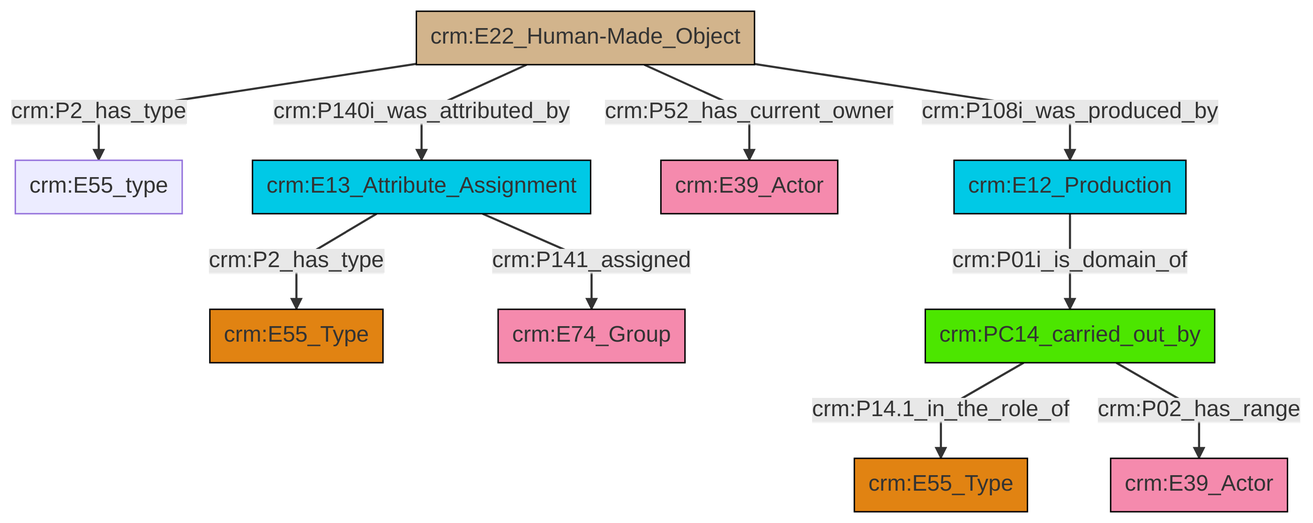
swiss-art-research-net/reference-data-models keeps this Mermaid diagram as et/builtWorkCSV/ttl/mmd/png/Built_Work_actor_relations.png. Above is the earlier version. Its source is kept beside it as et/builtWorkCSV/ttl/mmd/Built_Work_actor_relations.ttl.mmd.
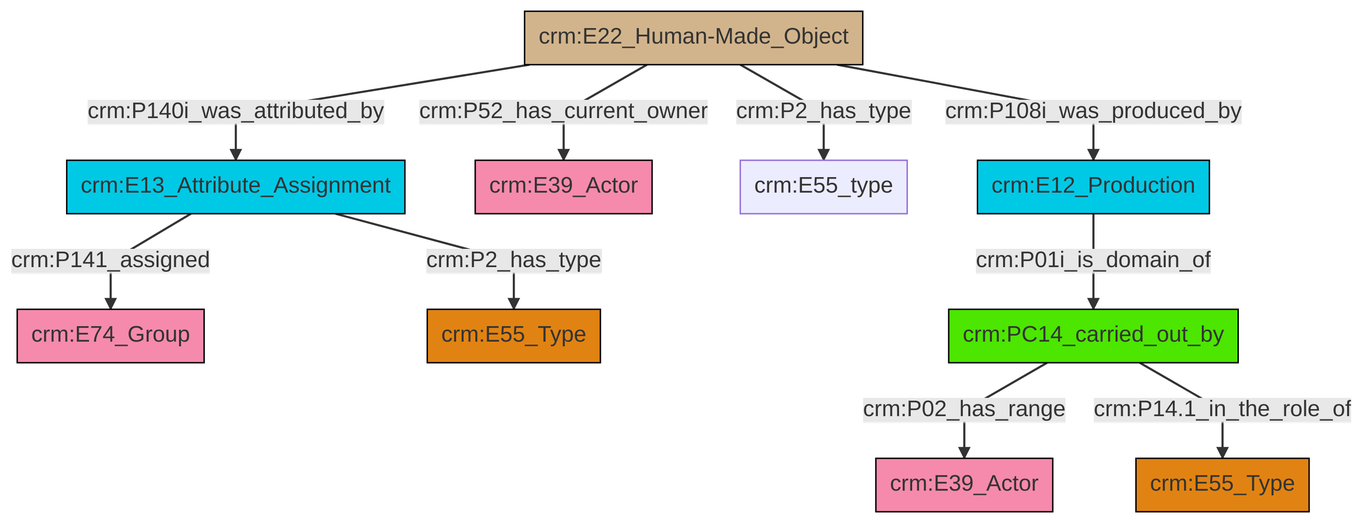
The same diagram one commit later.

Change to the diagram source:
```diff
@@ -13,12 +13,12 @@
 classDef PC_Classes fill:#4ce600, stroke:#000000;
 classDef Multi fill:#cccccc,stroke:#000000;
 
-2["crm:E22_Human-Made_Object"]:::Physical_Thing -->|crm:P2_has_type| 3["crm:E55_type"]:::Default
-2["crm:E22_Human-Made_Object"]:::Physical_Thing -->|crm:P140i_was_attributed_by| 4["crm:E13_Attribute_Assignment"]:::Temporal_Entity
-6["crm:PC14_carried_out_by"]:::PC_Classes -->|crm:P14.1_in_the_role_of| 7["crm:E55_Type"]:::Type
-2["crm:E22_Human-Made_Object"]:::Physical_Thing -->|crm:P52_has_current_owner| 9["crm:E39_Actor"]:::Actor
-6["crm:PC14_carried_out_by"]:::PC_Classes -->|crm:P02_has_range| 10["crm:E39_Actor"]:::Actor
-4["crm:E13_Attribute_Assignment"]:::Temporal_Entity -->|crm:P2_has_type| 0["crm:E55_Type"]:::Type
-2["crm:E22_Human-Made_Object"]:::Physical_Thing -->|crm:P108i_was_produced_by| 14["crm:E12_Production"]:::Temporal_Entity
-4["crm:E13_Attribute_Assignment"]:::Temporal_Entity -->|crm:P141_assigned| 16["crm:E74_Group"]:::Actor
-14["crm:E12_Production"]:::Temporal_Entity -->|crm:P01i_is_domain_of| 6["crm:PC14_carried_out_by"]:::PC_Classes
+4["crm:E13_Attribute_Assignment"]:::Temporal_Entity -->|crm:P2_has_type| 6["crm:E55_Type"]:::Type
+8["crm:E22_Human-Made_Object"]:::Physical_Thing -->|crm:P140i_was_attributed_by| 4["crm:E13_Attribute_Assignment"]:::Temporal_Entity
+11["crm:PC14_carried_out_by"]:::PC_Classes -->|crm:P02_has_range| 9["crm:E39_Actor"]:::Actor
+8["crm:E22_Human-Made_Object"]:::Physical_Thing -->|crm:P52_has_current_owner| 13["crm:E39_Actor"]:::Actor
+8["crm:E22_Human-Made_Object"]:::Physical_Thing -->|crm:P2_has_type| 14["crm:E55_type"]:::Default
+11["crm:PC14_carried_out_by"]:::PC_Classes -->|crm:P14.1_in_the_role_of| 0["crm:E55_Type"]:::Type
+16["crm:E12_Production"]:::Temporal_Entity -->|crm:P01i_is_domain_of| 11["crm:PC14_carried_out_by"]:::PC_Classes
+4["crm:E13_Attribute_Assignment"]:::Temporal_Entity -->|crm:P141_assigned| 2["crm:E74_Group"]:::Actor
+8["crm:E22_Human-Made_Object"]:::Physical_Thing -->|crm:P108i_was_produced_by| 16["crm:E12_Production"]:::Temporal_Entity
```
